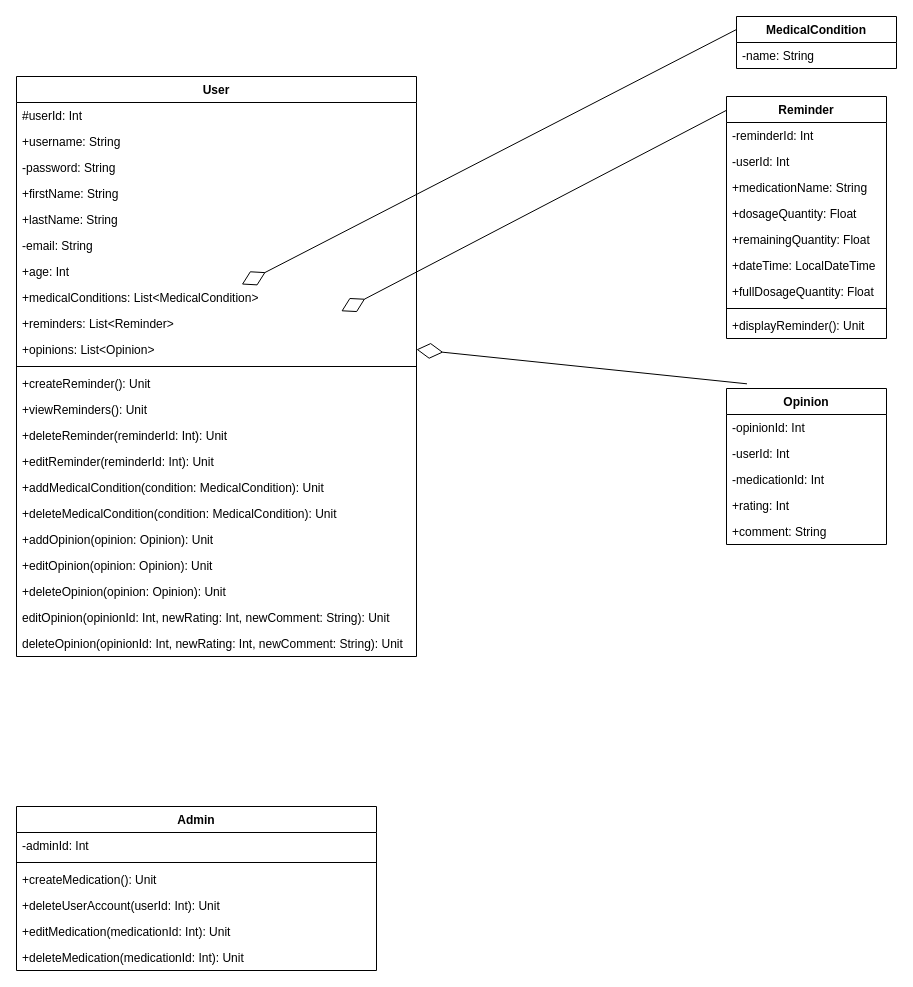
This is KenkoAppClassDiagram.drawio from s25940-pj/KenkoAppDesign, a draw.io file, before an edit. Source tidied: cells renumbered, new cells numbered last; positions are measured from the earlier drawing's top-left corner, leaving out a move shared by most shapes. Both pictures are drawn from the tidied source at 100%, with x=0, y=0 at pixel (16, 16).
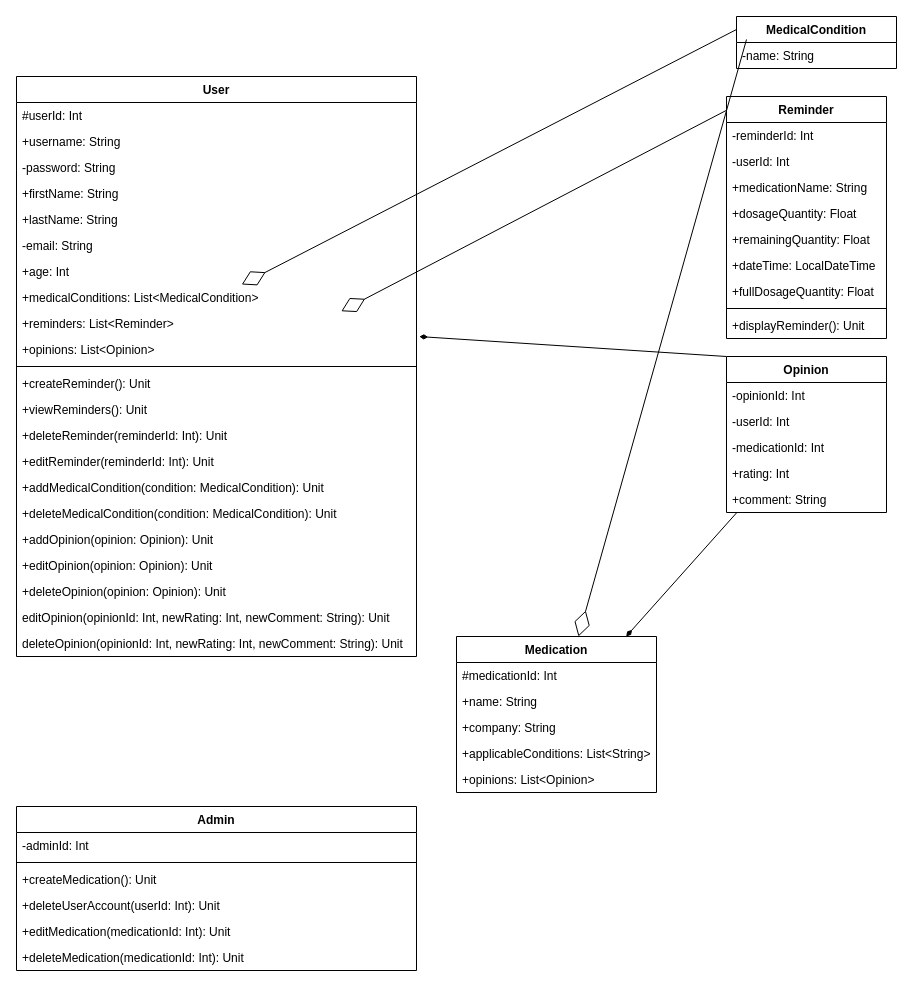
The same diagram, later.

Commit message:
Finished class diagrams.

Unchanged cells that the change refers to:
```xml
<mxCell id="12" value="+opinions: List&lt;Opinion&gt;" style="text;strokeColor=none;fillColor=none;align=left;verticalAlign=top;spacingLeft=4;spacingRight=4;overflow=hidden;points=[[0,0.5],[1,0.5]];portConstraint=eastwest;" parent="2" vertex="1">
  <mxGeometry y="260" width="400" height="26" as="geometry" />
</mxCell>
```

Diff of the diagram source:
```diff
@@
     <mxCell id="28" value="Admin&#10;" style="swimlane;fontStyle=1;align=center;verticalAlign=top;horizontal=1;startSize=26;" parent="1" vertex="1">
-      <mxGeometry y="790" width="360" height="164" as="geometry" />
+      <mxGeometry y="790" width="400" height="164" as="geometry" />
     </mxCell>
     <mxCell id="29" value="-adminId: Int" style="text;strokeColor=none;fillColor=none;align=left;verticalAlign=top;spacingLeft=4;spacingRight=4;overflow=hidden;" parent="28" vertex="1">
-      <mxGeometry y="26" width="360" height="26" as="geometry" />
+      <mxGeometry y="26" width="400" height="26" as="geometry" />
     </mxCell>
     <mxCell id="30" style="line;strokeWidth=1;fillColor=none;align=left;verticalAlign=middle;spacingTop=-1;spacingLeft=3;spacingRight=3;labelPosition=right;strokeColor=inherit;" parent="28" vertex="1">
-      <mxGeometry y="52" width="360" height="8" as="geometry" />
+      <mxGeometry y="52" width="400" height="8" as="geometry" />
     </mxCell>
     <mxCell id="31" value="+createMedication(): Unit&#10;" style="text;strokeColor=none;fillColor=none;align=left;verticalAlign=top;spacingLeft=4;spacingRight=4;overflow=hidden;" parent="28" vertex="1">
-      <mxGeometry y="60" width="360" height="26" as="geometry" />
+      <mxGeometry y="60" width="400" height="26" as="geometry" />
     </mxCell>
     <mxCell id="32" value="+deleteUserAccount(userId: Int): Unit&#10;" style="text;strokeColor=none;fillColor=none;align=left;verticalAlign=top;spacingLeft=4;spacingRight=4;overflow=hidden;" parent="28" vertex="1">
-      <mxGeometry y="86" width="360" height="26" as="geometry" />
+      <mxGeometry y="86" width="400" height="26" as="geometry" />
     </mxCell>
     <mxCell id="33" value="+editMedication(medicationId: Int): Unit" style="text;strokeColor=none;fillColor=none;align=left;verticalAlign=top;spacingLeft=4;spacingRight=4;overflow=hidden;" parent="28" vertex="1">
-      <mxGeometry y="112" width="360" height="26" as="geometry" />
+      <mxGeometry y="112" width="400" height="26" as="geometry" />
     </mxCell>
     <mxCell id="34" value="+deleteMedication(medicationId: Int): Unit" style="text;strokeColor=none;fillColor=none;align=left;verticalAlign=top;spacingLeft=4;spacingRight=4;overflow=hidden;" parent="28" vertex="1">
-      <mxGeometry y="138" width="360" height="26" as="geometry" />
+      <mxGeometry y="138" width="400" height="26" as="geometry" />
     </mxCell>
@@
+    <mxCell id="52" style="edgeStyle=none;html=1;exitX=0;exitY=0;exitDx=0;exitDy=0;entryX=1.007;entryY=0.003;entryDx=0;entryDy=0;entryPerimeter=0;endArrow=diamondThin;endFill=1;" parent="1" edge="1" source="46" target="12">
+      <mxGeometry relative="1" as="geometry" />
+    </mxCell>
     <mxCell id="46" value="Opinion&#10;" style="swimlane;fontStyle=1;align=center;verticalAlign=top;horizontal=1;startSize=26;" parent="1" vertex="1">
-      <mxGeometry x="710" y="372" width="160" height="156" as="geometry" />
+      <mxGeometry x="710" y="340" width="160" height="156" as="geometry" />
     </mxCell>
@@
-    <mxCell id="52" style="endArrow=diamondThin;endFill=0;endSize=24;html=1;exitX=0.128;exitY=-0.03;exitDx=0;exitDy=0;exitPerimeter=0;entryX=1;entryY=0.5;entryDx=0;entryDy=0;" parent="1" edge="1" source="46" target="12">
-      <mxGeometry relative="1" as="geometry" />
-    </mxCell>
+    <mxCell id="53" value="Medication" style="swimlane;fontStyle=1;align=center;verticalAlign=top;horizontal=1;startSize=26;" parent="1" vertex="1">
+      <mxGeometry x="440" y="620" width="200" height="156" as="geometry" />
+    </mxCell>
+    <mxCell id="54" value="#medicationId: Int" style="text;strokeColor=none;fillColor=none;align=left;verticalAlign=top;spacingLeft=4;spacingRight=4;overflow=hidden;" parent="53" vertex="1">
+      <mxGeometry y="26" width="200" height="26" as="geometry" />
+    </mxCell>
+    <mxCell id="55" value="+name: String" style="text;strokeColor=none;fillColor=none;align=left;verticalAlign=top;spacingLeft=4;spacingRight=4;overflow=hidden;" parent="53" vertex="1">
+      <mxGeometry y="52" width="200" height="26" as="geometry" />
+    </mxCell>
+    <mxCell id="56" value="+company: String" style="text;strokeColor=none;fillColor=none;align=left;verticalAlign=top;spacingLeft=4;spacingRight=4;overflow=hidden;" parent="53" vertex="1">
+      <mxGeometry y="78" width="200" height="26" as="geometry" />
+    </mxCell>
+    <mxCell id="57" value="+applicableConditions: List&lt;String&gt;" style="text;strokeColor=none;fillColor=none;align=left;verticalAlign=top;spacingLeft=4;spacingRight=4;overflow=hidden;" parent="53" vertex="1">
+      <mxGeometry y="104" width="200" height="26" as="geometry" />
+    </mxCell>
+    <mxCell id="58" value="+opinions: List&lt;Opinion&gt;" style="text;strokeColor=none;fillColor=none;align=left;verticalAlign=top;spacingLeft=4;spacingRight=4;overflow=hidden;" parent="53" vertex="1">
+      <mxGeometry y="130" width="200" height="26" as="geometry" />
+    </mxCell>
+    <mxCell id="59" style="edgeStyle=none;html=1;endArrow=diamondThin;endFill=1;" parent="1" edge="1" source="46" target="53">
+      <mxGeometry relative="1" as="geometry" />
+    </mxCell>
+    <mxCell id="60" style="endArrow=diamondThin;endFill=0;endSize=24;html=1;exitX=0;exitY=0.25;exitDx=0;exitDy=0;" parent="1" edge="1" target="53">
+      <mxGeometry relative="1" as="geometry">
+        <mxPoint x="730" y="23" as="sourcePoint" />
+      </mxGeometry>
+    </mxCell>
```
